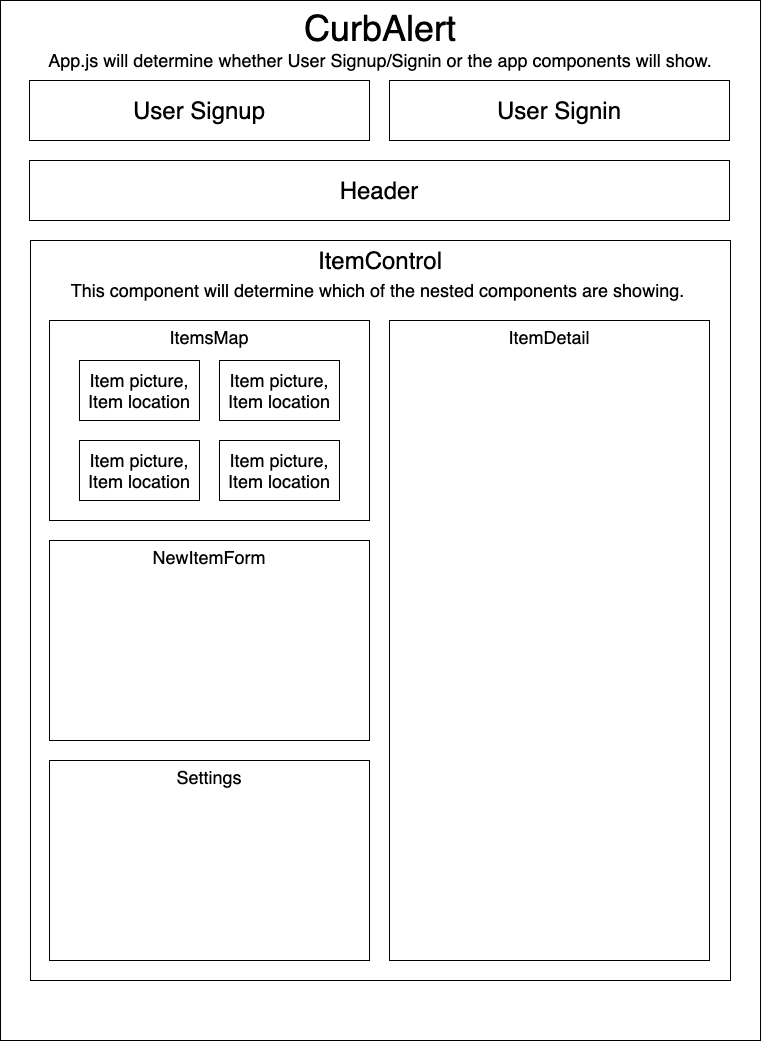
ETS-ReactNative5/CurbAlert keeps this draw.io diagram as project-diagram.drawio.png. Above is the earlier version. Source tidied: cells renumbered, new cells last; positions are measured from the earlier drawing's top-left corner, leaving out a move shared by most shapes. Source of this version:
```xml
<mxGraphModel>
  <root>
    <mxCell id="0" />
    <mxCell id="1" parent="0" />
    <mxCell id="2" value="&lt;font&gt;&lt;span style=&quot;font-size: 36px&quot;&gt;CurbAlert&lt;/span&gt;&lt;br&gt;&lt;font style=&quot;font-size: 18px&quot;&gt;App.js will determine whether User Signup/Signin or the app components will show.&lt;/font&gt;&lt;br&gt;&lt;/font&gt;" style="rounded=0;whiteSpace=wrap;html=1;verticalAlign=top;" parent="1" vertex="1">
      <mxGeometry width="760" height="1040" as="geometry" />
    </mxCell>
    <mxCell id="3" value="ItemControl&lt;br&gt;&lt;font style=&quot;font-size: 18px&quot;&gt;This component will determine which of the nested components are showing.&amp;nbsp;&lt;/font&gt;" style="rounded=0;whiteSpace=wrap;html=1;fontSize=24;verticalAlign=top;" parent="1" vertex="1">
      <mxGeometry x="30" y="240" width="700" height="740" as="geometry" />
    </mxCell>
    <mxCell id="4" value="&lt;font style=&quot;font-size: 24px&quot;&gt;Header&lt;/font&gt;" style="rounded=0;whiteSpace=wrap;html=1;fontSize=24;" parent="1" vertex="1">
      <mxGeometry x="29" y="160" width="700" height="60" as="geometry" />
    </mxCell>
    <mxCell id="5" value="User Signup" style="rounded=0;whiteSpace=wrap;html=1;fontSize=24;" parent="1" vertex="1">
      <mxGeometry x="29" y="80" width="340" height="60" as="geometry" />
    </mxCell>
    <mxCell id="6" value="User Signin" style="rounded=0;whiteSpace=wrap;html=1;fontSize=24;" parent="1" vertex="1">
      <mxGeometry x="389" y="80" width="340" height="60" as="geometry" />
    </mxCell>
    <mxCell id="7" value="ItemsMap" style="rounded=0;whiteSpace=wrap;html=1;fontSize=18;verticalAlign=top;" parent="1" vertex="1">
      <mxGeometry x="49" y="320" width="320" height="200" as="geometry" />
    </mxCell>
    <mxCell id="8" value="ItemDetail&lt;font style=&quot;font-size: 16px&quot;&gt;&lt;br&gt;&lt;/font&gt;" style="rounded=0;whiteSpace=wrap;html=1;fontSize=18;verticalAlign=top;" parent="1" vertex="1">
      <mxGeometry x="389" y="320" width="320" height="640" as="geometry" />
    </mxCell>
    <mxCell id="9" value="NewItemForm" style="rounded=0;whiteSpace=wrap;html=1;fontSize=18;verticalAlign=top;" parent="1" vertex="1">
      <mxGeometry x="49" y="540" width="320" height="200" as="geometry" />
    </mxCell>
    <mxCell id="10" value="Settings" style="rounded=0;whiteSpace=wrap;html=1;fontSize=18;verticalAlign=top;" parent="1" vertex="1">
      <mxGeometry x="49" y="760" width="320" height="200" as="geometry" />
    </mxCell>
    <mxCell id="11" value="&lt;font style=&quot;font-size: 18px&quot;&gt;Item picture,&lt;br&gt;Item location&lt;br&gt;&lt;/font&gt;" style="rounded=0;whiteSpace=wrap;html=1;fontSize=18;" parent="1" vertex="1">
      <mxGeometry x="79" y="360" width="120" height="60" as="geometry" />
    </mxCell>
    <mxCell id="12" value="&lt;font style=&quot;font-size: 18px&quot;&gt;Item picture,&lt;br&gt;Item location&lt;br&gt;&lt;/font&gt;" style="rounded=0;whiteSpace=wrap;html=1;fontSize=18;" parent="1" vertex="1">
      <mxGeometry x="219" y="360" width="120" height="60" as="geometry" />
    </mxCell>
    <mxCell id="13" value="&lt;font style=&quot;font-size: 18px&quot;&gt;Item picture,&lt;br&gt;Item location&lt;br&gt;&lt;/font&gt;" style="rounded=0;whiteSpace=wrap;html=1;fontSize=18;" parent="1" vertex="1">
      <mxGeometry x="79" y="440" width="120" height="60" as="geometry" />
    </mxCell>
    <mxCell id="14" value="&lt;font style=&quot;font-size: 18px&quot;&gt;Item picture,&lt;br&gt;Item location&lt;br&gt;&lt;/font&gt;" style="rounded=0;whiteSpace=wrap;html=1;fontSize=18;" parent="1" vertex="1">
      <mxGeometry x="219" y="440" width="120" height="60" as="geometry" />
    </mxCell>
  </root>
</mxGraphModel>
```
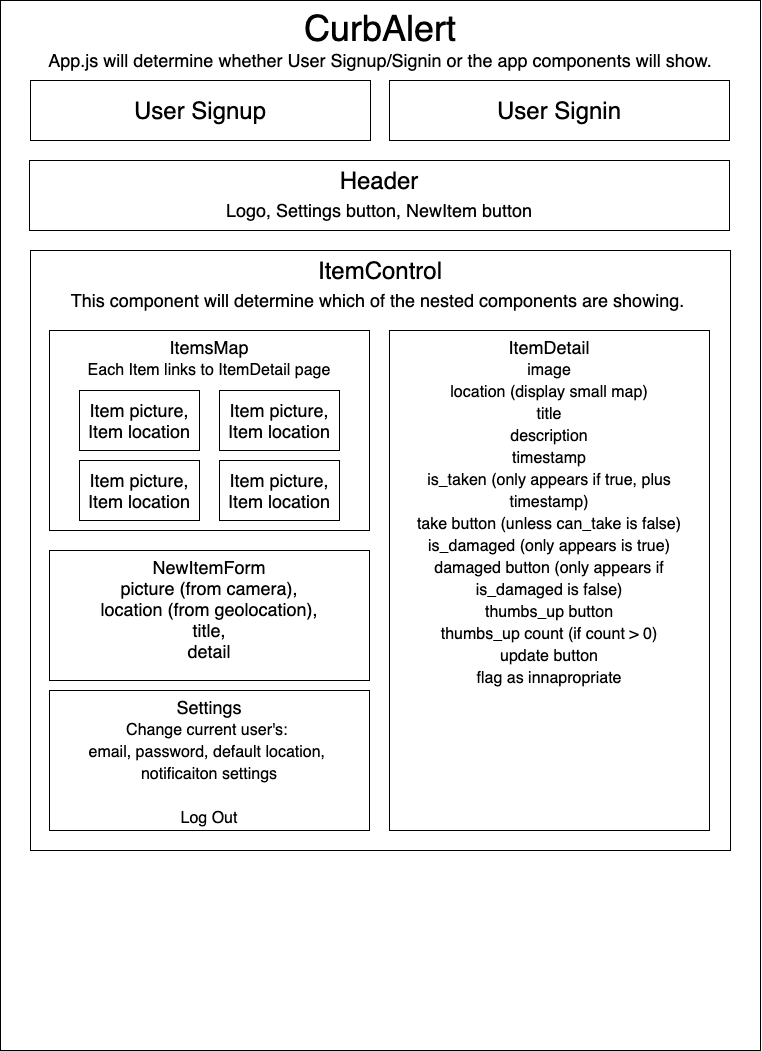
After the change.

Commit message:
finish component diagram

Diff of the diagram source:
```diff
@@ -3,43 +3,43 @@
     <mxCell id="0" />
     <mxCell id="1" parent="0" />
     <mxCell id="2" value="&lt;font&gt;&lt;span style=&quot;font-size: 36px&quot;&gt;CurbAlert&lt;/span&gt;&lt;br&gt;&lt;font style=&quot;font-size: 18px&quot;&gt;App.js will determine whether User Signup/Signin or the app components will show.&lt;/font&gt;&lt;br&gt;&lt;/font&gt;" style="rounded=0;whiteSpace=wrap;html=1;verticalAlign=top;" parent="1" vertex="1">
-      <mxGeometry width="760" height="1040" as="geometry" />
+      <mxGeometry y="-10" width="760" height="1050" as="geometry" />
     </mxCell>
     <mxCell id="3" value="ItemControl&lt;br&gt;&lt;font style=&quot;font-size: 18px&quot;&gt;This component will determine which of the nested components are showing.&amp;nbsp;&lt;/font&gt;" style="rounded=0;whiteSpace=wrap;html=1;fontSize=24;verticalAlign=top;" parent="1" vertex="1">
-      <mxGeometry x="30" y="240" width="700" height="740" as="geometry" />
+      <mxGeometry x="30" y="240" width="700" height="600" as="geometry" />
     </mxCell>
-    <mxCell id="4" value="&lt;font style=&quot;font-size: 24px&quot;&gt;Header&lt;/font&gt;" style="rounded=0;whiteSpace=wrap;html=1;fontSize=24;" parent="1" vertex="1">
-      <mxGeometry x="29" y="160" width="700" height="60" as="geometry" />
+    <mxCell id="4" value="&lt;font&gt;Header&lt;br&gt;&lt;font style=&quot;font-size: 18px&quot;&gt;Logo, Settings button, NewItem button&lt;/font&gt;&lt;br&gt;&lt;/font&gt;" style="rounded=0;whiteSpace=wrap;html=1;fontSize=24;verticalAlign=top;" parent="1" vertex="1">
+      <mxGeometry x="29" y="150" width="700" height="70" as="geometry" />
     </mxCell>
     <mxCell id="5" value="User Signup" style="rounded=0;whiteSpace=wrap;html=1;fontSize=24;" parent="1" vertex="1">
-      <mxGeometry x="29" y="80" width="340" height="60" as="geometry" />
+      <mxGeometry x="30" y="70" width="340" height="60" as="geometry" />
     </mxCell>
     <mxCell id="6" value="User Signin" style="rounded=0;whiteSpace=wrap;html=1;fontSize=24;" parent="1" vertex="1">
-      <mxGeometry x="389" y="80" width="340" height="60" as="geometry" />
+      <mxGeometry x="389" y="70" width="340" height="60" as="geometry" />
     </mxCell>
-    <mxCell id="7" value="ItemsMap" style="rounded=0;whiteSpace=wrap;html=1;fontSize=18;verticalAlign=top;" parent="1" vertex="1">
+    <mxCell id="7" value="ItemsMap&lt;br&gt;&lt;font style=&quot;font-size: 16px&quot;&gt;Each Item links to ItemDetail page&lt;/font&gt;" style="rounded=0;whiteSpace=wrap;html=1;fontSize=18;verticalAlign=top;" parent="1" vertex="1">
       <mxGeometry x="49" y="320" width="320" height="200" as="geometry" />
     </mxCell>
-    <mxCell id="8" value="ItemDetail&lt;font style=&quot;font-size: 16px&quot;&gt;&lt;br&gt;&lt;/font&gt;" style="rounded=0;whiteSpace=wrap;html=1;fontSize=18;verticalAlign=top;" parent="1" vertex="1">
-      <mxGeometry x="389" y="320" width="320" height="640" as="geometry" />
+    <mxCell id="8" value="ItemDetail&lt;br&gt;&lt;font style=&quot;font-size: 16px&quot;&gt;image&lt;br&gt;location (display small map)&lt;br&gt;title&lt;br&gt;description&lt;br&gt;timestamp&lt;br&gt;is_taken (only appears if true, plus timestamp)&lt;br&gt;take button (unless can_take is false)&lt;br&gt;is_damaged (only appears is true)&lt;br&gt;damaged button (only appears if is_damaged is false)&lt;br&gt;thumbs_up button&lt;br&gt;thumbs_up count (if count &amp;gt; 0)&lt;br&gt;update button&lt;br&gt;flag as innapropriate&lt;br&gt;&lt;/font&gt;" style="rounded=0;whiteSpace=wrap;html=1;fontSize=18;verticalAlign=top;" parent="1" vertex="1">
+      <mxGeometry x="389" y="320" width="320" height="500" as="geometry" />
     </mxCell>
-    <mxCell id="9" value="NewItemForm" style="rounded=0;whiteSpace=wrap;html=1;fontSize=18;verticalAlign=top;" parent="1" vertex="1">
-      <mxGeometry x="49" y="540" width="320" height="200" as="geometry" />
+    <mxCell id="9" value="NewItemForm&lt;br&gt;picture (from camera),&lt;br&gt;location (from geolocation),&lt;br&gt;title,&lt;br&gt;detail" style="rounded=0;whiteSpace=wrap;html=1;fontSize=18;verticalAlign=top;" parent="1" vertex="1">
+      <mxGeometry x="49" y="540" width="320" height="130" as="geometry" />
     </mxCell>
-    <mxCell id="10" value="Settings" style="rounded=0;whiteSpace=wrap;html=1;fontSize=18;verticalAlign=top;" parent="1" vertex="1">
-      <mxGeometry x="49" y="760" width="320" height="200" as="geometry" />
+    <mxCell id="10" value="Settings&lt;br&gt;&lt;font style=&quot;font-size: 16px&quot;&gt;Change current user's: &lt;br&gt;email, password, default location, &lt;br&gt;notificaiton settings&lt;br&gt;&lt;br&gt;Log Out&lt;/font&gt;" style="rounded=0;whiteSpace=wrap;html=1;fontSize=18;verticalAlign=top;" parent="1" vertex="1">
+      <mxGeometry x="49" y="680" width="320" height="140" as="geometry" />
     </mxCell>
     <mxCell id="11" value="&lt;font style=&quot;font-size: 18px&quot;&gt;Item picture,&lt;br&gt;Item location&lt;br&gt;&lt;/font&gt;" style="rounded=0;whiteSpace=wrap;html=1;fontSize=18;" parent="1" vertex="1">
-      <mxGeometry x="79" y="360" width="120" height="60" as="geometry" />
+      <mxGeometry x="79" y="380" width="120" height="60" as="geometry" />
     </mxCell>
     <mxCell id="12" value="&lt;font style=&quot;font-size: 18px&quot;&gt;Item picture,&lt;br&gt;Item location&lt;br&gt;&lt;/font&gt;" style="rounded=0;whiteSpace=wrap;html=1;fontSize=18;" parent="1" vertex="1">
-      <mxGeometry x="219" y="360" width="120" height="60" as="geometry" />
+      <mxGeometry x="219" y="380" width="120" height="60" as="geometry" />
     </mxCell>
     <mxCell id="13" value="&lt;font style=&quot;font-size: 18px&quot;&gt;Item picture,&lt;br&gt;Item location&lt;br&gt;&lt;/font&gt;" style="rounded=0;whiteSpace=wrap;html=1;fontSize=18;" parent="1" vertex="1">
-      <mxGeometry x="79" y="440" width="120" height="60" as="geometry" />
+      <mxGeometry x="79" y="450" width="120" height="60" as="geometry" />
     </mxCell>
     <mxCell id="14" value="&lt;font style=&quot;font-size: 18px&quot;&gt;Item picture,&lt;br&gt;Item location&lt;br&gt;&lt;/font&gt;" style="rounded=0;whiteSpace=wrap;html=1;fontSize=18;" parent="1" vertex="1">
-      <mxGeometry x="219" y="440" width="120" height="60" as="geometry" />
+      <mxGeometry x="219" y="450" width="120" height="60" as="geometry" />
     </mxCell>
   </root>
 </mxGraphModel>
```
